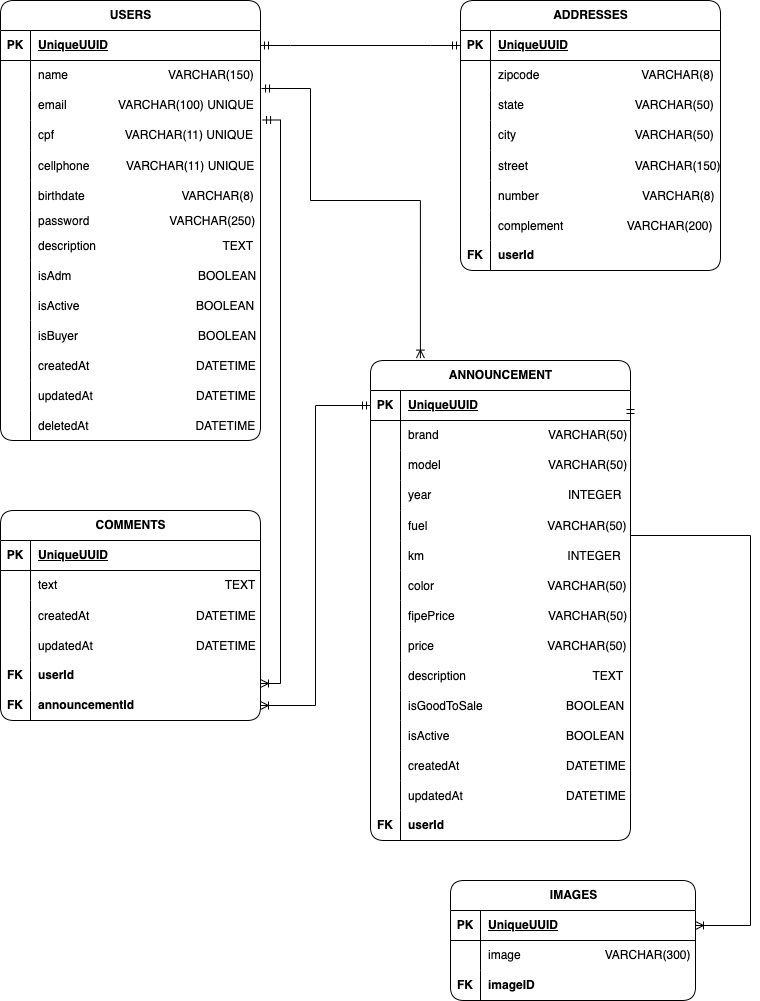
This is diagrams.drawio.png from projeto-fullstack-M6/motors-API, a draw.io export, as it was before one commit. Source tidied: cells renumbered, new cells last; positions are measured from the earlier drawing's top-left corner, leaving out a move shared by most shapes.
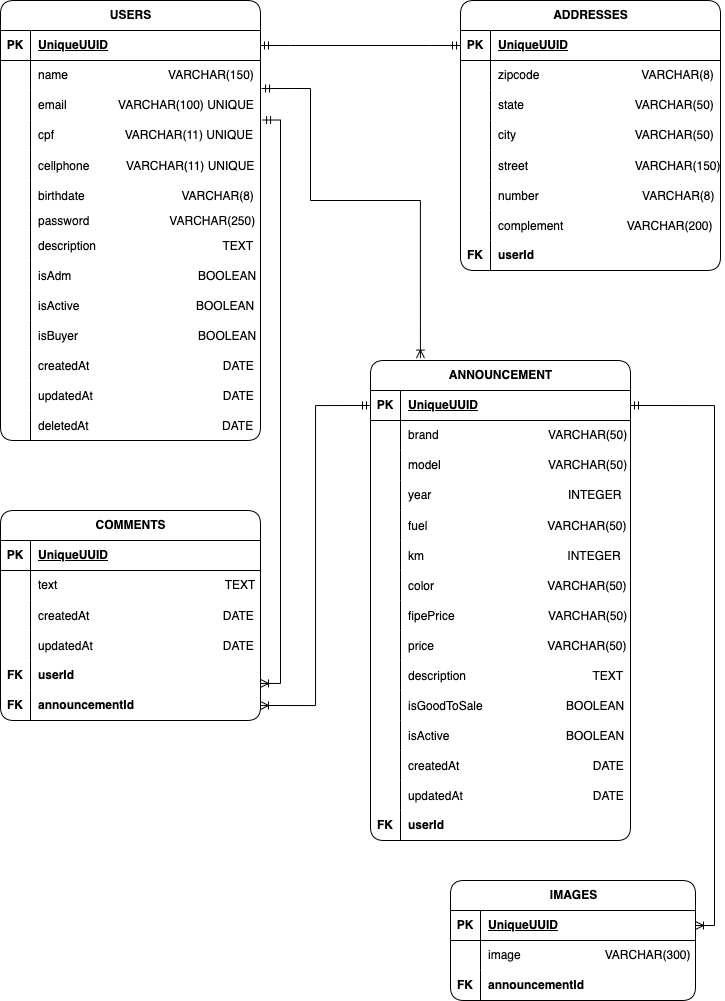
Later version of the same file.

What changed in the source:
```diff
@@ -110,7 +110,7 @@
     <mxCell id="37" style="shape=partialRectangle;fillColor=none;top=0;left=0;bottom=0;right=0;overflow=hidden;" parent="36" vertex="1">
       <mxGeometry width="30" height="30" as="geometry" />
     </mxCell>
-    <mxCell id="38" value="createdAt                                DATETIME" style="shape=partialRectangle;fillColor=none;top=0;left=0;bottom=0;right=0;align=left;spacingLeft=6;overflow=hidden;" parent="36" vertex="1">
+    <mxCell id="38" value="createdAt                                        DATE" style="shape=partialRectangle;fillColor=none;top=0;left=0;bottom=0;right=0;align=left;spacingLeft=6;overflow=hidden;" parent="36" vertex="1">
       <mxGeometry x="30" width="230" height="30" as="geometry" />
     </mxCell>
     <mxCell id="39" style="shape=tableRow;horizontal=0;startSize=0;swimlaneHead=0;swimlaneBody=0;fillColor=none;top=0;left=0;right=0;bottom=0;" parent="2" vertex="1">
@@ -119,7 +119,7 @@
     <mxCell id="40" style="shape=partialRectangle;fillColor=none;top=0;left=0;bottom=0;right=0;overflow=hidden;" parent="39" vertex="1">
       <mxGeometry width="30" height="30" as="geometry" />
     </mxCell>
-    <mxCell id="41" value="updatedAt                               DATETIME" style="shape=partialRectangle;fillColor=none;top=0;left=0;bottom=0;right=0;align=left;spacingLeft=6;overflow=hidden;" parent="39" vertex="1">
+    <mxCell id="41" value="updatedAt                                       DATE" style="shape=partialRectangle;fillColor=none;top=0;left=0;bottom=0;right=0;align=left;spacingLeft=6;overflow=hidden;" parent="39" vertex="1">
       <mxGeometry x="30" width="230" height="30" as="geometry" />
     </mxCell>
     <mxCell id="42" style="shape=tableRow;horizontal=0;startSize=0;swimlaneHead=0;swimlaneBody=0;fillColor=none;top=0;left=0;right=0;bottom=0;" parent="2" vertex="1">
@@ -128,7 +128,7 @@
     <mxCell id="43" style="shape=partialRectangle;fillColor=none;top=0;left=0;bottom=0;right=0;overflow=hidden;" parent="42" vertex="1">
       <mxGeometry width="30" height="30" as="geometry" />
     </mxCell>
-    <mxCell id="44" value="deletedAt                                DATETIME" style="shape=partialRectangle;fillColor=none;top=0;left=0;bottom=0;right=0;align=left;spacingLeft=6;overflow=hidden;" parent="42" vertex="1">
+    <mxCell id="44" value="deletedAt                                        DATE" style="shape=partialRectangle;fillColor=none;top=0;left=0;bottom=0;right=0;align=left;spacingLeft=6;overflow=hidden;" parent="42" vertex="1">
       <mxGeometry x="30" width="230" height="30" as="geometry" />
     </mxCell>
     <mxCell id="45" value="ADDRESSES" style="shape=table;startSize=30;rowLines=0;fontStyle=1;align=center;html=1;rounded=1;shadow=0;swimlaneLine=1;" parent="1" vertex="1">
@@ -233,7 +233,7 @@
     <mxCell id="78" value="&lt;b&gt;FK&lt;/b&gt;" style="shape=partialRectangle;fillColor=none;top=0;left=0;bottom=0;right=0;fontStyle=0;overflow=hidden;whiteSpace=wrap;html=1;" parent="77" vertex="1">
       <mxGeometry width="30" height="30" as="geometry" />
     </mxCell>
-    <mxCell id="79" value="&lt;b&gt;imageID&lt;/b&gt;" style="shape=partialRectangle;fillColor=none;top=0;left=0;bottom=0;right=0;align=left;spacingLeft=6;fontStyle=0;overflow=hidden;whiteSpace=wrap;html=1;" parent="77" vertex="1">
+    <mxCell id="79" value="&lt;b style=&quot;border-color: var(--border-color);&quot;&gt;announcementId&lt;/b&gt;" style="shape=partialRectangle;fillColor=none;top=0;left=0;bottom=0;right=0;align=left;spacingLeft=6;fontStyle=0;overflow=hidden;whiteSpace=wrap;html=1;" parent="77" vertex="1">
       <mxGeometry x="30" width="215" height="30" as="geometry" />
     </mxCell>
     <mxCell id="80" value="ANNOUNCEMENT" style="shape=table;startSize=30;rowLines=0;fontStyle=1;align=center;html=1;rounded=1;shadow=0;swimlaneLine=1;" parent="1" vertex="1">
@@ -353,7 +353,7 @@
     <mxCell id="118" style="shape=partialRectangle;fillColor=none;top=0;left=0;bottom=0;right=0;overflow=hidden;" parent="117" vertex="1">
       <mxGeometry width="30" height="30" as="geometry" />
     </mxCell>
-    <mxCell id="119" value="createdAt                                DATETIME" style="shape=partialRectangle;fillColor=none;top=0;left=0;bottom=0;right=0;align=left;spacingLeft=6;overflow=hidden;" parent="117" vertex="1">
+    <mxCell id="119" value="createdAt                                        DATE" style="shape=partialRectangle;fillColor=none;top=0;left=0;bottom=0;right=0;align=left;spacingLeft=6;overflow=hidden;" parent="117" vertex="1">
       <mxGeometry x="30" width="230" height="30" as="geometry" />
     </mxCell>
     <mxCell id="120" style="shape=tableRow;horizontal=0;startSize=0;swimlaneHead=0;swimlaneBody=0;fillColor=none;top=0;left=0;right=0;bottom=0;" parent="80" vertex="1">
@@ -362,7 +362,7 @@
     <mxCell id="121" style="shape=partialRectangle;fillColor=none;top=0;left=0;bottom=0;right=0;overflow=hidden;" parent="120" vertex="1">
       <mxGeometry width="30" height="30" as="geometry" />
     </mxCell>
-    <mxCell id="122" value="updatedAt                               DATETIME" style="shape=partialRectangle;fillColor=none;top=0;left=0;bottom=0;right=0;align=left;spacingLeft=6;overflow=hidden;" parent="120" vertex="1">
+    <mxCell id="122" value="updatedAt                                       DATE" style="shape=partialRectangle;fillColor=none;top=0;left=0;bottom=0;right=0;align=left;spacingLeft=6;overflow=hidden;" parent="120" vertex="1">
       <mxGeometry x="30" width="230" height="30" as="geometry" />
     </mxCell>
     <mxCell id="123" style="shape=tableRow;horizontal=0;startSize=0;swimlaneHead=0;swimlaneBody=0;fillColor=none;top=0;left=0;right=0;bottom=0;" parent="80" vertex="1">
@@ -401,7 +401,7 @@
     <mxCell id="134" style="shape=partialRectangle;fillColor=none;top=0;left=0;bottom=0;right=0;overflow=hidden;" parent="133" vertex="1">
       <mxGeometry width="30" height="30" as="geometry" />
     </mxCell>
-    <mxCell id="135" value="createdAt                                DATETIME" style="shape=partialRectangle;fillColor=none;top=0;left=0;bottom=0;right=0;align=left;spacingLeft=6;overflow=hidden;" parent="133" vertex="1">
+    <mxCell id="135" value="createdAt                                        DATE" style="shape=partialRectangle;fillColor=none;top=0;left=0;bottom=0;right=0;align=left;spacingLeft=6;overflow=hidden;" parent="133" vertex="1">
       <mxGeometry x="30" width="230" height="30" as="geometry" />
     </mxCell>
     <mxCell id="136" style="shape=tableRow;horizontal=0;startSize=0;swimlaneHead=0;swimlaneBody=0;fillColor=none;top=0;left=0;right=0;bottom=0;" parent="126" vertex="1">
@@ -410,7 +410,7 @@
     <mxCell id="137" style="shape=partialRectangle;fillColor=none;top=0;left=0;bottom=0;right=0;overflow=hidden;" parent="136" vertex="1">
       <mxGeometry width="30" height="30" as="geometry" />
     </mxCell>
-    <mxCell id="138" value="updatedAt                               DATETIME" style="shape=partialRectangle;fillColor=none;top=0;left=0;bottom=0;right=0;align=left;spacingLeft=6;overflow=hidden;" parent="136" vertex="1">
+    <mxCell id="138" value="updatedAt                                       DATE" style="shape=partialRectangle;fillColor=none;top=0;left=0;bottom=0;right=0;align=left;spacingLeft=6;overflow=hidden;" parent="136" vertex="1">
       <mxGeometry x="30" width="230" height="30" as="geometry" />
     </mxCell>
     <mxCell id="139" style="shape=tableRow;horizontal=0;startSize=0;swimlaneHead=0;swimlaneBody=0;fillColor=none;points=[[0,0.5],[1,0.5]];portConstraint=eastwest;top=0;left=0;right=0;bottom=0;" parent="126" vertex="1">
@@ -434,9 +434,8 @@
     <mxCell id="145" style="edgeStyle=orthogonalEdgeStyle;fontSize=12;html=1;endArrow=ERoneToMany;startArrow=ERmandOne;rounded=0;entryX=1;entryY=0.5;entryDx=0;entryDy=0;exitX=1;exitY=0.5;exitDx=0;exitDy=0;" parent="1" edge="1" source="81" target="71">
       <mxGeometry relative="1" as="geometry">
         <Array as="points">
-          <mxPoint x="630" y="535" />
-          <mxPoint x="750" y="535" />
-          <mxPoint x="750" y="925" />
+          <mxPoint x="714" y="405" />
+          <mxPoint x="714" y="925" />
         </Array>
       </mxGeometry>
     </mxCell>
```
